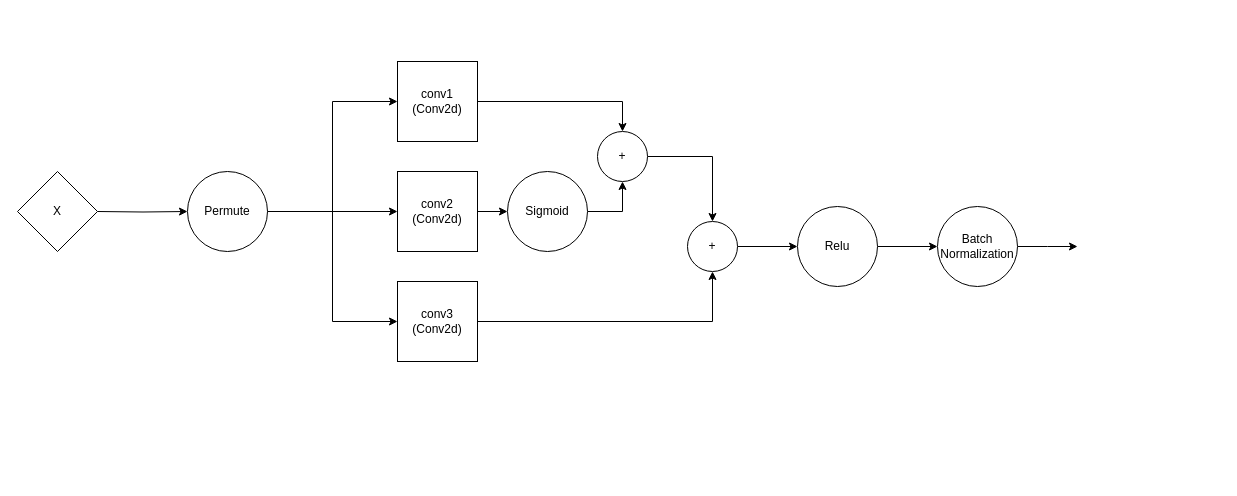
Above: diagrams/temporal_block.drawio in oscarcrowley1/thesis (draw.io), before the change. Source tidied: cells renumbered, new cells numbered last; positions are measured from the earlier drawing's top-left corner, leaving out a move shared by most shapes. Both pictures are drawn from the tidied source at 100%, with x=0, y=0 at pixel (17, 61).
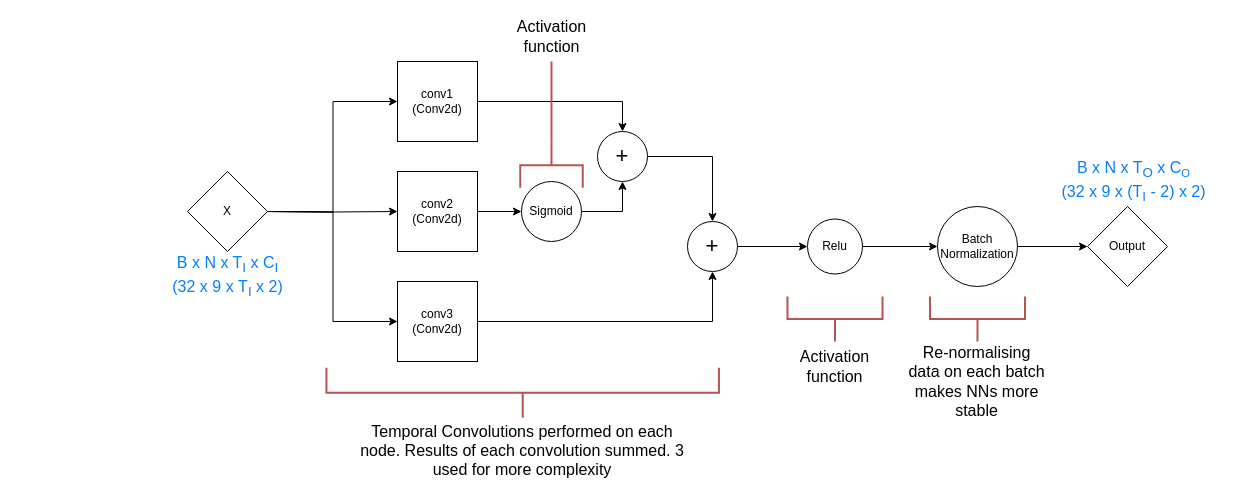
The same page after the edit.

Unchanged cells that the change refers to:
```xml
<mxCell id="4" value="conv1&lt;br&gt;(Conv2d)" style="whiteSpace=wrap;html=1;" parent="1" vertex="1">
  <mxGeometry x="380" width="80" height="80" as="geometry" />
</mxCell>
<mxCell id="6" value="conv2&lt;br&gt;(Conv2d)" style="whiteSpace=wrap;html=1;" parent="1" vertex="1">
  <mxGeometry x="380" y="110" width="80" height="80" as="geometry" />
</mxCell>
<mxCell id="8" value="conv3&lt;br&gt;(Conv2d)" style="whiteSpace=wrap;html=1;" parent="1" vertex="1">
  <mxGeometry x="380" y="220" width="80" height="80" as="geometry" />
</mxCell>
<mxCell id="22" value="Batch Normalization" style="ellipse;whiteSpace=wrap;html=1;" parent="1" vertex="1">
  <mxGeometry x="920" y="145" width="80" height="80" as="geometry" />
</mxCell>
```

What changed in the source:
```diff
@@
-    <mxCell id="3" style="edgeStyle=orthogonalEdgeStyle;rounded=0;jettySize=auto;html=1;entryX=0;entryY=0.5;entryDx=0;entryDy=0;" parent="1" edge="1" target="12">
-      <mxGeometry relative="1" as="geometry">
-        <mxPoint x="80" y="150" as="sourcePoint" />
-      </mxGeometry>
-    </mxCell>
@@
-    <mxCell id="9" style="edgeStyle=orthogonalEdgeStyle;rounded=0;jettySize=auto;html=1;exitX=1;exitY=0.5;exitDx=0;exitDy=0;entryX=0;entryY=0.5;entryDx=0;entryDy=0;" parent="1" edge="1" source="12" target="6">
-      <mxGeometry relative="1" as="geometry" />
+    <mxCell id="9" style="edgeStyle=orthogonalEdgeStyle;rounded=0;jettySize=auto;html=1;exitX=1;exitY=0.5;exitDx=0;exitDy=0;entryX=0;entryY=0.5;entryDx=0;entryDy=0;" parent="1" edge="1" target="6">
+      <mxGeometry relative="1" as="geometry">
+        <mxPoint x="250" y="150" as="sourcePoint" />
+      </mxGeometry>
     </mxCell>
-    <mxCell id="10" style="edgeStyle=orthogonalEdgeStyle;rounded=0;jettySize=auto;html=1;exitX=1;exitY=0.5;exitDx=0;exitDy=0;entryX=0;entryY=0.5;entryDx=0;entryDy=0;" parent="1" edge="1" source="12" target="4">
-      <mxGeometry relative="1" as="geometry" />
+    <mxCell id="10" style="edgeStyle=orthogonalEdgeStyle;rounded=0;jettySize=auto;html=1;exitX=1;exitY=0.5;exitDx=0;exitDy=0;entryX=0;entryY=0.5;entryDx=0;entryDy=0;" parent="1" edge="1" target="4">
+      <mxGeometry relative="1" as="geometry">
+        <mxPoint x="250" y="150" as="sourcePoint" />
+      </mxGeometry>
     </mxCell>
-    <mxCell id="11" style="edgeStyle=orthogonalEdgeStyle;rounded=0;jettySize=auto;html=1;exitX=1;exitY=0.5;exitDx=0;exitDy=0;entryX=0;entryY=0.5;entryDx=0;entryDy=0;" parent="1" edge="1" source="12" target="8">
-      <mxGeometry relative="1" as="geometry" />
+    <mxCell id="11" style="edgeStyle=orthogonalEdgeStyle;rounded=0;jettySize=auto;html=1;exitX=1;exitY=0.5;exitDx=0;exitDy=0;entryX=0;entryY=0.5;entryDx=0;entryDy=0;" parent="1" edge="1" target="8">
+      <mxGeometry relative="1" as="geometry">
+        <mxPoint x="250" y="150" as="sourcePoint" />
+      </mxGeometry>
     </mxCell>
-    <mxCell id="12" value="Permute" style="ellipse;whiteSpace=wrap;html=1;" parent="1" vertex="1">
-      <mxGeometry x="170" y="110" width="80" height="80" as="geometry" />
-    </mxCell>
@@
-    <mxCell id="14" value="+" style="ellipse;whiteSpace=wrap;html=1;" parent="1" vertex="1">
+    <mxCell id="14" value="&lt;font style=&quot;font-size: 22px&quot;&gt;+&lt;/font&gt;" style="ellipse;whiteSpace=wrap;html=1;" parent="1" vertex="1">
       <mxGeometry x="580" y="70" width="50" height="50" as="geometry" />
     </mxCell>
@@
     <mxCell id="16" value="Sigmoid" style="ellipse;whiteSpace=wrap;html=1;" parent="1" vertex="1">
-      <mxGeometry x="490" y="110" width="80" height="80" as="geometry" />
+      <mxGeometry x="504" y="120" width="60" height="60" as="geometry" />
     </mxCell>
@@
-    <mxCell id="18" value="+" style="ellipse;whiteSpace=wrap;html=1;" parent="1" vertex="1">
+    <mxCell id="18" value="&lt;font style=&quot;font-size: 22px&quot;&gt;+&lt;/font&gt;" style="ellipse;whiteSpace=wrap;html=1;" parent="1" vertex="1">
       <mxGeometry x="670" y="160" width="50" height="50" as="geometry" />
     </mxCell>
@@
     <mxCell id="20" value="Relu" style="ellipse;whiteSpace=wrap;html=1;" parent="1" vertex="1">
-      <mxGeometry x="780" y="145" width="80" height="80" as="geometry" />
+      <mxGeometry x="790" y="157.5" width="55" height="55" as="geometry" />
     </mxCell>
-    <mxCell id="21" style="edgeStyle=orthogonalEdgeStyle;rounded=0;jettySize=auto;html=1;exitX=1;exitY=0.5;exitDx=0;exitDy=0;" parent="1" edge="1" source="22">
-      <mxGeometry relative="1" as="geometry">
-        <mxPoint x="1060" y="185" as="targetPoint" />
-      </mxGeometry>
+    <mxCell id="21" style="edgeStyle=orthogonalEdgeStyle;rounded=0;jettySize=auto;html=1;exitX=1;exitY=0.5;exitDx=0;exitDy=0;entryX=0;entryY=0.5;entryDx=0;entryDy=0;" parent="1" edge="1" source="22" target="25">
+      <mxGeometry relative="1" as="geometry" />
     </mxCell>
@@
     <mxCell id="23" value="X" style="rhombus;whiteSpace=wrap;html=1;" parent="1" vertex="1">
-      <mxGeometry y="110" width="80" height="80" as="geometry" />
+      <mxGeometry x="170" y="110" width="80" height="80" as="geometry" />
     </mxCell>
+    <mxCell id="24" value="&lt;font color=&quot;#007fff&quot;&gt;B x N x T&lt;sub&gt;I&lt;/sub&gt; x C&lt;sub&gt;I&lt;/sub&gt;&lt;br&gt;(32 x 9 x&amp;nbsp;&lt;/font&gt;&lt;span style=&quot;color: rgb(0 , 127 , 255)&quot;&gt;T&lt;/span&gt;&lt;sub style=&quot;color: rgb(0 , 127 , 255)&quot;&gt;I&lt;/sub&gt;&lt;span style=&quot;color: rgb(0 , 127 , 255)&quot;&gt;&amp;nbsp;&lt;/span&gt;&lt;font color=&quot;#007fff&quot;&gt;x 2)&lt;br&gt;&lt;/font&gt;" style="text;html=1;strokeColor=none;fillColor=none;align=center;verticalAlign=middle;whiteSpace=wrap;rounded=0;fontSize=16;" parent="1" vertex="1">
+      <mxGeometry x="123.8" y="200" width="172.5" height="30" as="geometry" />
+    </mxCell>
+    <mxCell id="25" value="Output" style="rhombus;whiteSpace=wrap;html=1;" parent="1" vertex="1">
+      <mxGeometry x="1070" y="145" width="80" height="80" as="geometry" />
+    </mxCell>
+    <mxCell id="26" value="&lt;font color=&quot;#007fff&quot;&gt;B x N x T&lt;sub&gt;O&lt;/sub&gt; x C&lt;span style=&quot;font-size: 13.3333px&quot;&gt;&lt;sub&gt;O&lt;/sub&gt;&lt;/span&gt;&lt;br&gt;(32 x 9 x (&lt;/font&gt;&lt;span style=&quot;color: rgb(0 , 127 , 255)&quot;&gt;T&lt;/span&gt;&lt;sub style=&quot;color: rgb(0 , 127 , 255)&quot;&gt;I&lt;/sub&gt;&lt;span style=&quot;color: rgb(0 , 127 , 255)&quot;&gt;&amp;nbsp;- 2)&amp;nbsp;&lt;/span&gt;&lt;font color=&quot;#007fff&quot;&gt;x 2)&lt;br&gt;&lt;/font&gt;" style="text;html=1;strokeColor=none;fillColor=none;align=center;verticalAlign=middle;whiteSpace=wrap;rounded=0;fontSize=16;" parent="1" vertex="1">
+      <mxGeometry x="1030" y="105" width="172.5" height="30" as="geometry" />
+    </mxCell>
+    <mxCell id="27" value="&lt;span style=&quot;font-size: 16px&quot;&gt;Re-normalising data on each batch makes NNs more stable&lt;/span&gt;" style="text;html=1;strokeColor=none;fillColor=none;align=center;verticalAlign=middle;whiteSpace=wrap;rounded=0;" parent="1" vertex="1">
+      <mxGeometry x="890.3" y="305" width="139.4" height="30" as="geometry" />
+    </mxCell>
+    <mxCell id="28" style="strokeWidth=2;html=1;shape=mxgraph.flowchart.annotation_2;align=left;labelPosition=right;rotation=-90;fillColor=#f8cecc;strokeColor=#b85450;" parent="1" vertex="1">
+      <mxGeometry x="795" y="210" width="45" height="95" as="geometry" />
+    </mxCell>
+    <mxCell id="29" value="&lt;span style=&quot;font-size: 16px&quot;&gt;Activation function&lt;/span&gt;" style="text;html=1;strokeColor=none;fillColor=none;align=center;verticalAlign=middle;whiteSpace=wrap;rounded=0;" parent="1" vertex="1">
+      <mxGeometry x="761.2" y="290" width="112.5" height="30" as="geometry" />
+    </mxCell>
+    <mxCell id="30" style="strokeWidth=2;html=1;shape=mxgraph.flowchart.annotation_2;align=left;labelPosition=right;rotation=-90;fillColor=#f8cecc;strokeColor=#b85450;" parent="1" vertex="1">
+      <mxGeometry x="937.5" y="210" width="45" height="95" as="geometry" />
+    </mxCell>
+    <mxCell id="31" style="strokeWidth=2;html=1;shape=mxgraph.flowchart.annotation_2;align=left;labelPosition=right;rotation=-90;fillColor=#f8cecc;strokeColor=#b85450;" parent="1" vertex="1">
+      <mxGeometry x="480.2" y="135" width="50" height="392.5" as="geometry" />
+    </mxCell>
+    <mxCell id="32" value="&lt;span style=&quot;font-size: 16px&quot;&gt;Temporal Convolutions performed on each node. Results of each convolution summed. 3 used for more complexity&lt;/span&gt;" style="text;html=1;strokeColor=none;fillColor=none;align=center;verticalAlign=middle;whiteSpace=wrap;rounded=0;" parent="1" vertex="1">
+      <mxGeometry x="340.3" y="373.8" width="329.7" height="30" as="geometry" />
+    </mxCell>
+    <mxCell id="33" value="&lt;span style=&quot;font-size: 16px&quot;&gt;Activation function&lt;/span&gt;" style="text;html=1;strokeColor=none;fillColor=none;align=center;verticalAlign=middle;whiteSpace=wrap;rounded=0;" parent="1" vertex="1">
+      <mxGeometry x="477.8" y="-40" width="112.5" height="30" as="geometry" />
+    </mxCell>
+    <mxCell id="34" style="edgeStyle=orthogonalEdgeStyle;rounded=0;jettySize=auto;html=1;exitX=0;exitY=0.5;exitDx=0;exitDy=0;exitPerimeter=0;fontSize=22;endArrow=none;endFill=0;fillColor=#f8cecc;strokeColor=#b85450;strokeWidth=2;" parent="1" edge="1" source="35">
+      <mxGeometry relative="1" as="geometry">
+        <mxPoint x="534" as="targetPoint" />
+      </mxGeometry>
+    </mxCell>
+    <mxCell id="35" style="strokeWidth=2;html=1;shape=mxgraph.flowchart.annotation_2;align=left;labelPosition=right;rotation=90;fillColor=#f8cecc;strokeColor=#b85450;" parent="1" vertex="1">
+      <mxGeometry x="511.5" y="72.5" width="45" height="62.5" as="geometry" />
+    </mxCell>
```
